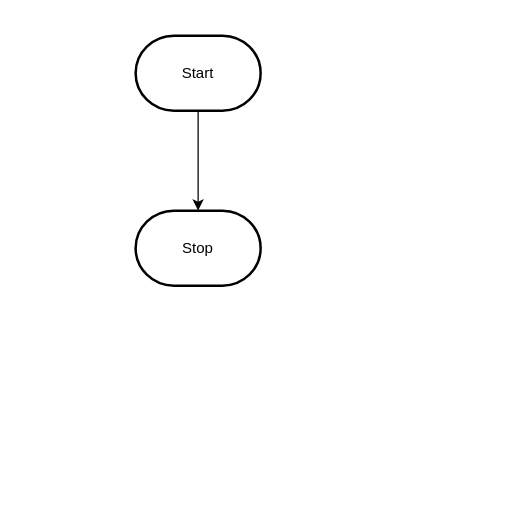
This is design/flowchart.drawio from MTHS-ICD2O-1-2023/ICD2O-Unit-3-03-hai-tran-2, a draw.io file, before an edit. Source tidied: cells renumbered, new cells numbered last; positions are measured from the earlier drawing's top-left corner, leaving out a move shared by most shapes. Both pictures are drawn from the tidied source at 125%, with x=0, y=0 at pixel (135, 35).
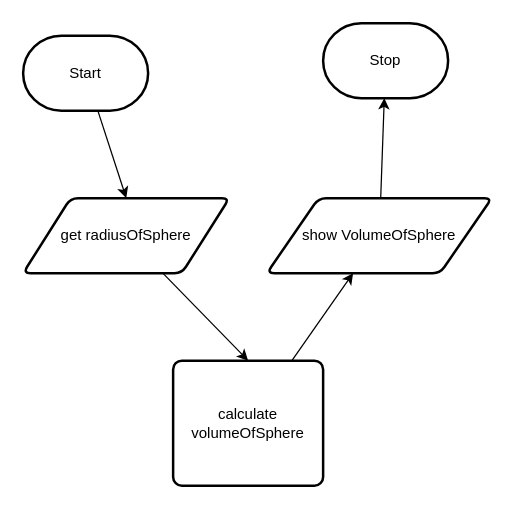
The same diagram, later.

The edit, as a diff of the source:
```diff
@@
 <mxGraphModel>
   <root>
     <mxCell id="0" />
     <mxCell id="1" parent="0" />
-    <mxCell id="2" style="edgeStyle=orthogonalEdgeStyle;html=1;rounded=0;" parent="1" edge="1" source="3" target="4">
-      <mxGeometry relative="1" as="geometry" />
-    </mxCell>
+    <mxCell id="5" style="edgeStyle=none;html=1;entryX=0.5;entryY=0;entryDx=0;entryDy=0;" parent="1" edge="1" source="3" target="2">
+      <mxGeometry relative="1" as="geometry" />
+    </mxCell>
     <mxCell id="3" value="Start" style="strokeWidth=2;html=1;shape=mxgraph.flowchart.terminator;whiteSpace=wrap;" parent="1" vertex="1">
-      <mxGeometry width="100" height="60" as="geometry" />
+      <mxGeometry x="-90" width="100" height="60" as="geometry" />
     </mxCell>
     <mxCell id="4" value="Stop" style="strokeWidth=2;html=1;shape=mxgraph.flowchart.terminator;whiteSpace=wrap;" parent="1" vertex="1">
-      <mxGeometry y="140" width="100" height="60" as="geometry" />
+      <mxGeometry x="150" y="-10" width="100" height="60" as="geometry" />
     </mxCell>
+    <mxCell id="6" style="edgeStyle=none;html=1;entryX=0.5;entryY=0;entryDx=0;entryDy=0;" parent="1" edge="1" source="2" target="8">
+      <mxGeometry relative="1" as="geometry" />
+    </mxCell>
+    <mxCell id="2" value="get radiusOfSphere" style="shape=parallelogram;html=1;strokeWidth=2;perimeter=parallelogramPerimeter;whiteSpace=wrap;rounded=1;arcSize=12;size=0.23;" parent="1" vertex="1">
+      <mxGeometry x="-90" y="130" width="165" height="60" as="geometry" />
+    </mxCell>
+    <mxCell id="7" style="edgeStyle=none;html=1;" parent="1" edge="1" source="8" target="10">
+      <mxGeometry relative="1" as="geometry" />
+    </mxCell>
+    <mxCell id="8" value="calculate volumeOfSphere" style="rounded=1;whiteSpace=wrap;html=1;absoluteArcSize=1;arcSize=14;strokeWidth=2;" parent="1" vertex="1">
+      <mxGeometry x="30" y="260" width="120" height="100" as="geometry" />
+    </mxCell>
+    <mxCell id="9" style="edgeStyle=none;html=1;" parent="1" edge="1" source="10" target="4">
+      <mxGeometry relative="1" as="geometry" />
+    </mxCell>
+    <mxCell id="10" value="show VolumeOfSphere" style="shape=parallelogram;html=1;strokeWidth=2;perimeter=parallelogramPerimeter;whiteSpace=wrap;rounded=1;arcSize=12;size=0.23;" parent="1" vertex="1">
+      <mxGeometry x="105" y="130" width="180" height="60" as="geometry" />
+    </mxCell>
   </root>
 </mxGraphModel>
```
